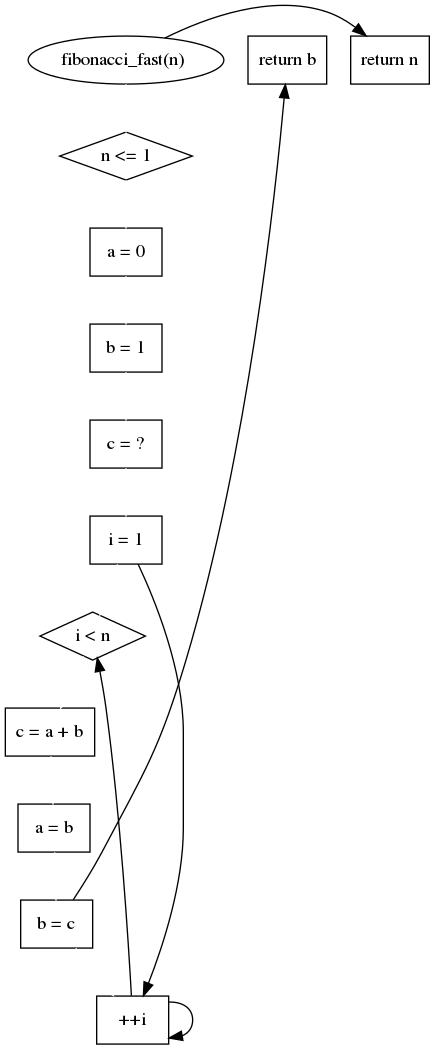
Before: ddg.gv.png, a diagram exported from Graphviz (Olshanskaya/data_dependency_graph). Its source is kept beside it as ddg.gv.
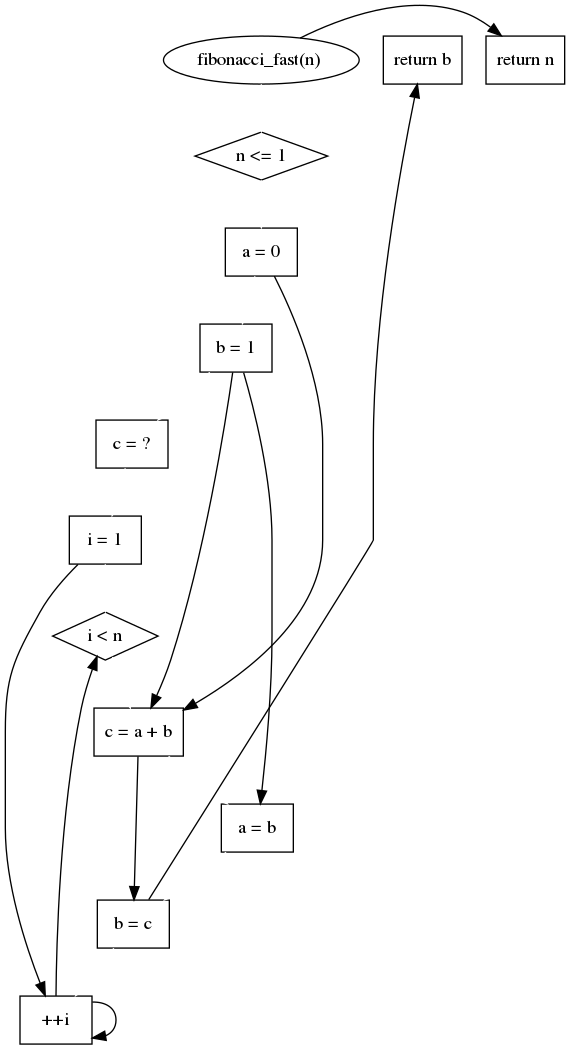
Later version of the same file.

What changed in the source:
```diff
@@ -2,8 +2,8 @@
 	fun_decl [label="fibonacci_fast(n) "]
 	"n <= 1" [label="n <= 1" shape=diamond]
 	fun_decl -> "n <= 1" [color=white constraint=true]
-	return38 [label="return n" shape=box]
-	fun_decl -> return38 [color=black constraint=false]
+	return75 [label="return n" shape=box]
+	fun_decl -> return75 [color=black constraint=false]
 	a1 [label="a = 0" shape=box]
 	"n <= 1" -> a1 [color=white constraint=true]
 	b1 [label="b = 1" shape=box]
@@ -16,15 +16,19 @@
 	i1 -> "i < n" [color=white constraint=true]
 	c11 [label="c = a + b" shape=box]
 	"i < n" -> c11 [color=white constraint=true]
+	b1 -> c11 [color=black constraint=true]
+	a1 -> c11 [color=black constraint=true]
 	a11 [label="a = b" shape=box]
 	c11 -> a11 [color=white constraint=true]
+	b1 -> a11 [color=black constraint=true]
 	b11 [label="b = c" shape=box]
 	a11 -> b11 [color=white constraint=true]
+	c11 -> b11 [color=black constraint=true]
 	i11 [label="++i" shape=box]
 	b11 -> i11 [color=white constraint=true]
 	i1 -> i11 [color=black constraint=true]
 	i11 -> i11 [color=black constraint=true]
 	i11 -> "i < n" [color=black constraint=true]
-	return66 [label="return b" shape=box]
-	b11 -> return66 [color=black constraint=false]
+	return6 [label="return b" shape=box]
+	b11 -> return6 [color=black constraint=false]
 }
```
